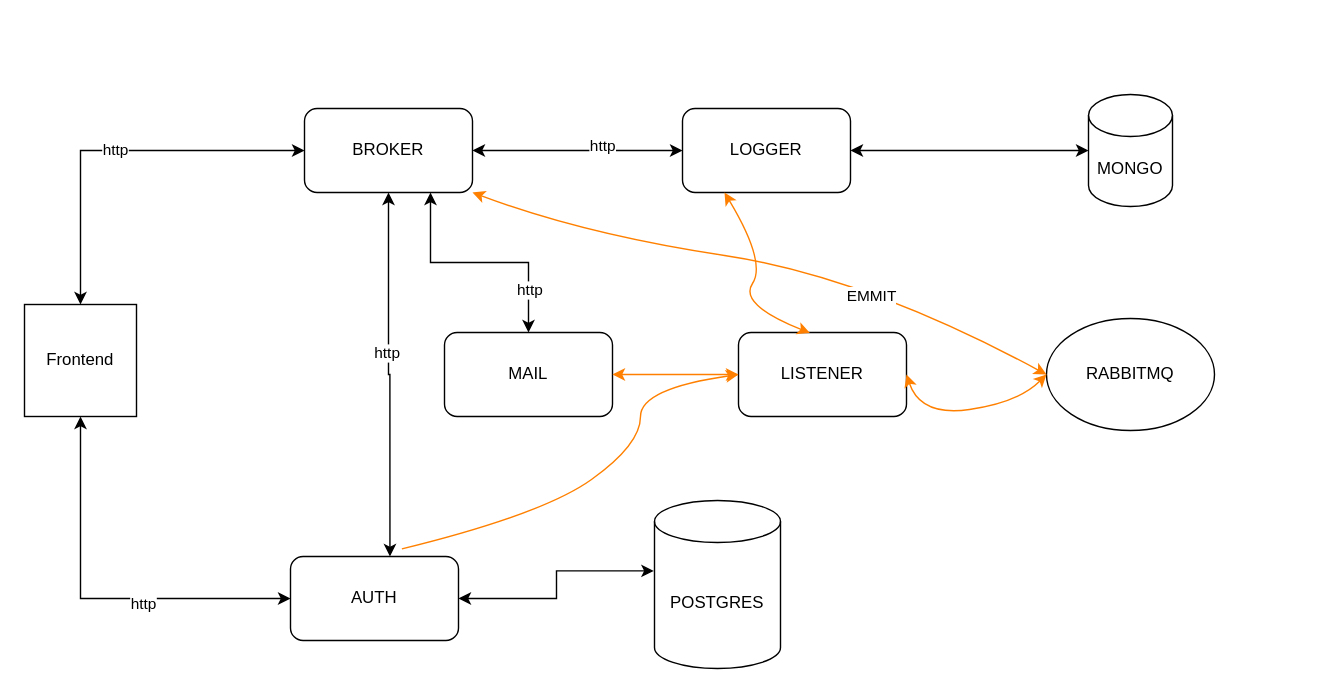
This is project/architecture-http-rabbitmq.drawio from cvxtct/microservice-go-ex, a draw.io file, before an edit. Source tidied: cells renumbered, new cells numbered last; positions are measured from the earlier drawing's top-left corner, leaving out a move shared by most shapes. Both pictures are drawn from the tidied source at 140%, with x=0, y=0 at pixel (24, 94).
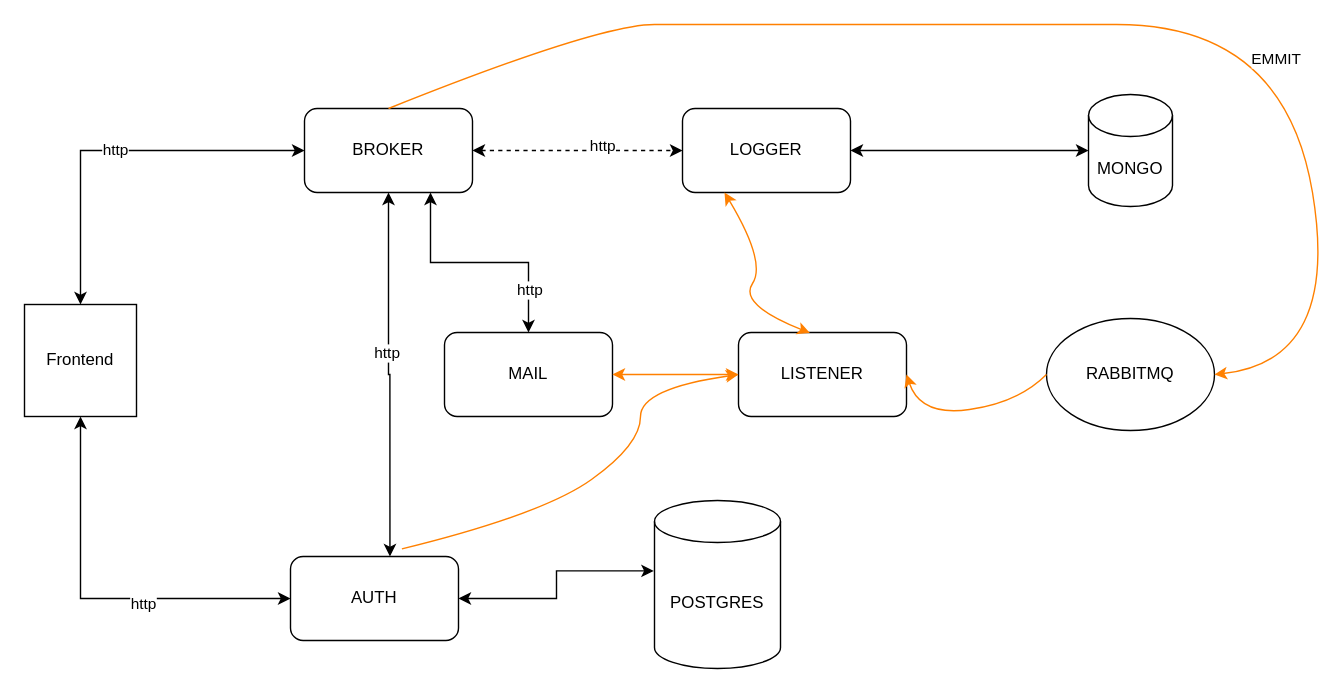
After the change.

Unchanged cells that the change refers to:
```xml
<mxCell id="10" value="BROKER" style="rounded=1;whiteSpace=wrap;html=1;" parent="1" vertex="1">
  <mxGeometry x="200" y="10" width="120" height="60" as="geometry" />
</mxCell>
<mxCell id="16" value="LOGGER" style="rounded=1;whiteSpace=wrap;html=1;" parent="1" vertex="1">
  <mxGeometry x="470" y="10" width="120" height="60" as="geometry" />
</mxCell>
<mxCell id="20" value="LISTENER" style="rounded=1;whiteSpace=wrap;html=1;" parent="1" vertex="1">
  <mxGeometry x="510" y="170" width="120" height="60" as="geometry" />
</mxCell>
<mxCell id="22" value="RABBITMQ" style="ellipse;whiteSpace=wrap;html=1;" parent="1" vertex="1">
  <mxGeometry x="730" y="160" width="120" height="80" as="geometry" />
</mxCell>
```

What changed in the source:
```diff
@@
-    <mxCell id="8" style="edgeStyle=orthogonalEdgeStyle;rounded=0;jettySize=auto;html=1;exitX=1;exitY=0.5;exitDx=0;exitDy=0;entryX=0;entryY=0.5;entryDx=0;entryDy=0;startArrow=classic;startFill=1;" parent="1" edge="1" source="10" target="16">
+    <mxCell id="8" style="edgeStyle=orthogonalEdgeStyle;rounded=0;jettySize=auto;html=1;exitX=1;exitY=0.5;exitDx=0;exitDy=0;entryX=0;entryY=0.5;entryDx=0;entryDy=0;startArrow=classic;startFill=1;dashed=1;" parent="1" edge="1" source="10" target="16">
       <mxGeometry relative="1" as="geometry" />
     </mxCell>
@@
-    <mxCell id="23" style="curved=1;endArrow=classic;html=1;rounded=0;entryX=0;entryY=0.5;entryDx=0;entryDy=0;exitX=1;exitY=1;exitDx=0;exitDy=0;startArrow=classic;startFill=1;strokeColor=#FF8000;" parent="1" edge="1" source="10" target="22">
+    <mxCell id="23" style="curved=1;endArrow=classic;html=1;rounded=0;entryX=1;entryY=0.5;entryDx=0;entryDy=0;exitX=0.5;exitY=0;exitDx=0;exitDy=0;startArrow=none;startFill=0;strokeColor=#FF8000;" parent="1" edge="1" source="10" target="22">
       <mxGeometry relative="1" as="geometry">
         <Array as="points">
-          <mxPoint x="400" y="100" />
-          <mxPoint x="600" y="130" />
+          <mxPoint x="410" y="-50" />
+          <mxPoint x="490" y="-50" />
+          <mxPoint x="660" y="-50" />
+          <mxPoint x="900" y="-50" />
+          <mxPoint x="940" y="190" />
         </Array>
       </mxGeometry>
     </mxCell>
@@
-    <mxCell id="25" style="curved=1;endArrow=classic;html=1;rounded=0;strokeColor=#FF8000;entryX=0;entryY=0.5;entryDx=0;entryDy=0;exitX=1;exitY=0.5;exitDx=0;exitDy=0;startArrow=classic;startFill=1;" parent="1" edge="1" source="20" target="22">
+    <mxCell id="25" style="curved=1;endArrow=none;html=1;rounded=0;strokeColor=#FF8000;entryX=0;entryY=0.5;entryDx=0;entryDy=0;exitX=1;exitY=0.5;exitDx=0;exitDy=0;startArrow=classic;startFill=1;endFill=0;" parent="1" edge="1" source="20" target="22">
       <mxGeometry relative="1" as="geometry">
         <Array as="points">
           <mxPoint x="640" y="230" />
           <mxPoint x="710" y="220" />
         </Array>
       </mxGeometry>
     </mxCell>
```
